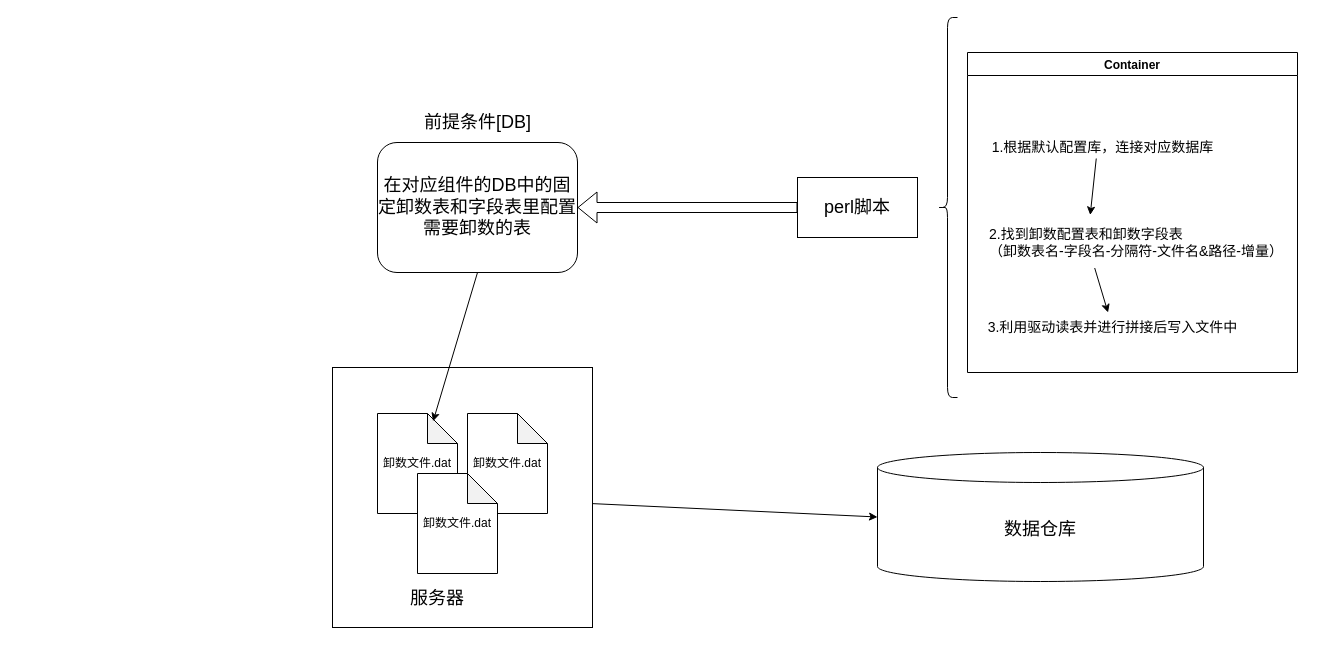
Above: 未命名绘图.drawio in beyondgogogo/Graph (draw.io), before the change. Source tidied: cells renumbered, new cells numbered last; positions are measured from the earlier drawing's top-left corner, leaving out a move shared by most shapes. Both pictures are drawn from the tidied source at 100%, with x=0, y=0 at pixel (332, 17).
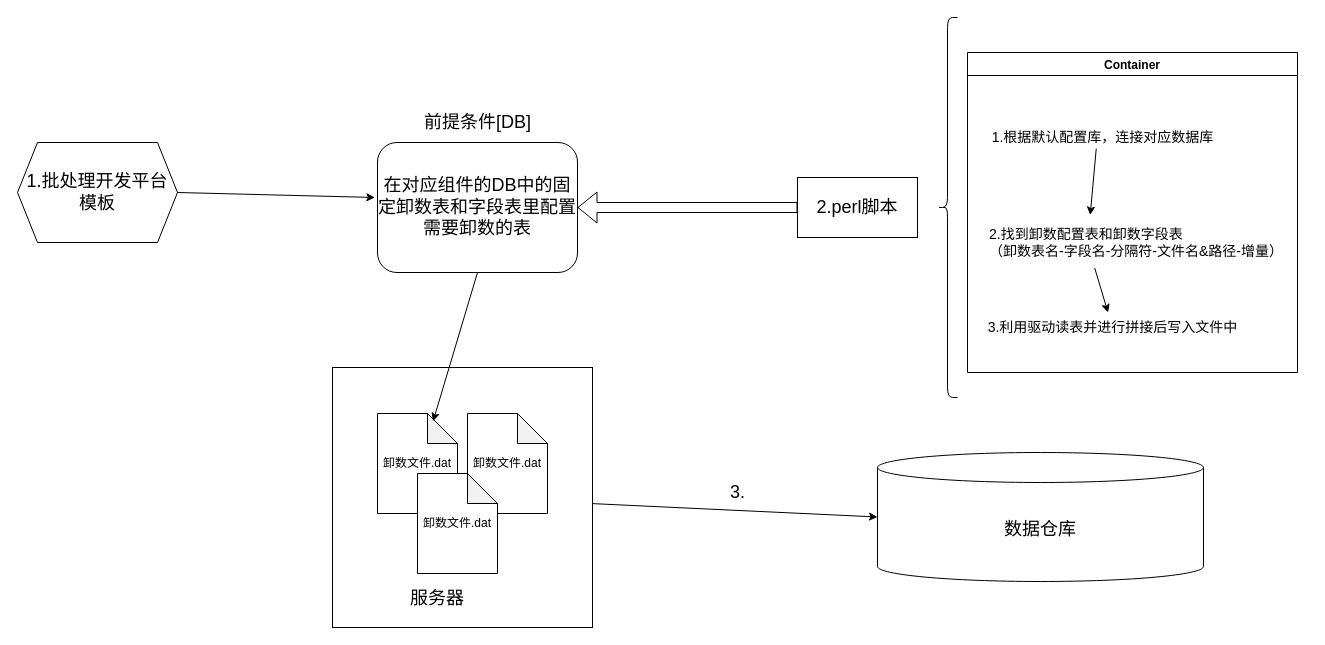
The same diagram, later.

Commit message (it also covers changes not shown here):
更新未命名绘图.drawio

The change refers to these unchanged cells:
```xml
<mxCell id="2" value="&lt;font style=&quot;font-size: 18px;&quot;&gt;在对应组件的DB中的固定卸数表和字段表里配置需要卸数的表&lt;/font&gt;" style="rounded=1;whiteSpace=wrap;html=1;" parent="1" vertex="1">
  <mxGeometry x="45" y="125" width="200" height="130" as="geometry" />
</mxCell>
<mxCell id="14" value="Container" style="swimlane;" parent="1" vertex="1">
  <mxGeometry x="635" y="35" width="330" height="320" as="geometry" />
</mxCell>
```

The edit, as a diff of the source:
```diff
@@
-    <mxCell id="4" value="&lt;font style=&quot;font-size: 18px;&quot;&gt;perl脚本&lt;/font&gt;" style="rounded=0;whiteSpace=wrap;html=1;" parent="1" vertex="1">
+    <mxCell id="4" value="&lt;font style=&quot;font-size: 18px;&quot;&gt;2.perl脚本&lt;/font&gt;" style="rounded=0;whiteSpace=wrap;html=1;" parent="1" vertex="1">
       <mxGeometry x="465" y="160" width="120" height="60" as="geometry" />
     </mxCell>
@@
     <mxCell id="15" value="&lt;font style=&quot;font-size: 14px;&quot;&gt;1.根据默认配置库，连接对应数据库&lt;/font&gt;" style="text;html=1;align=center;verticalAlign=middle;points=[];strokeColor=none;fillColor=none;" parent="14" vertex="1">
-      <mxGeometry x="10" y="80" width="250" height="30" as="geometry" />
+      <mxGeometry x="10" y="70" width="250" height="30" as="geometry" />
     </mxCell>
@@
+    <mxCell id="22" value="&lt;font style=&quot;font-size: 18px;&quot;&gt;1.批处理开发平台&lt;br&gt;模板&lt;/font&gt;" style="shape=hexagon;perimeter=hexagonPerimeter2;whiteSpace=wrap;html=1;fixedSize=1;" parent="1" vertex="1">
+      <mxGeometry x="-315" y="125" width="160" height="100" as="geometry" />
+    </mxCell>
+    <mxCell id="23" style="endArrow=classic;html=1;rounded=0;exitX=1;exitY=0.5;exitDx=0;exitDy=0;entryX=-0.013;entryY=0.423;entryDx=0;entryDy=0;entryPerimeter=0;" parent="1" edge="1" source="22" target="2">
+      <mxGeometry relative="1" as="geometry" />
+    </mxCell>
+    <mxCell id="24" value="&lt;font style=&quot;font-size: 18px;&quot;&gt;3.&lt;/font&gt;" style="text;html=1;align=center;verticalAlign=middle;strokeColor=none;fillColor=none;" parent="1" vertex="1">
+      <mxGeometry x="385" y="455" width="40" height="40" as="geometry" />
+    </mxCell>
```
